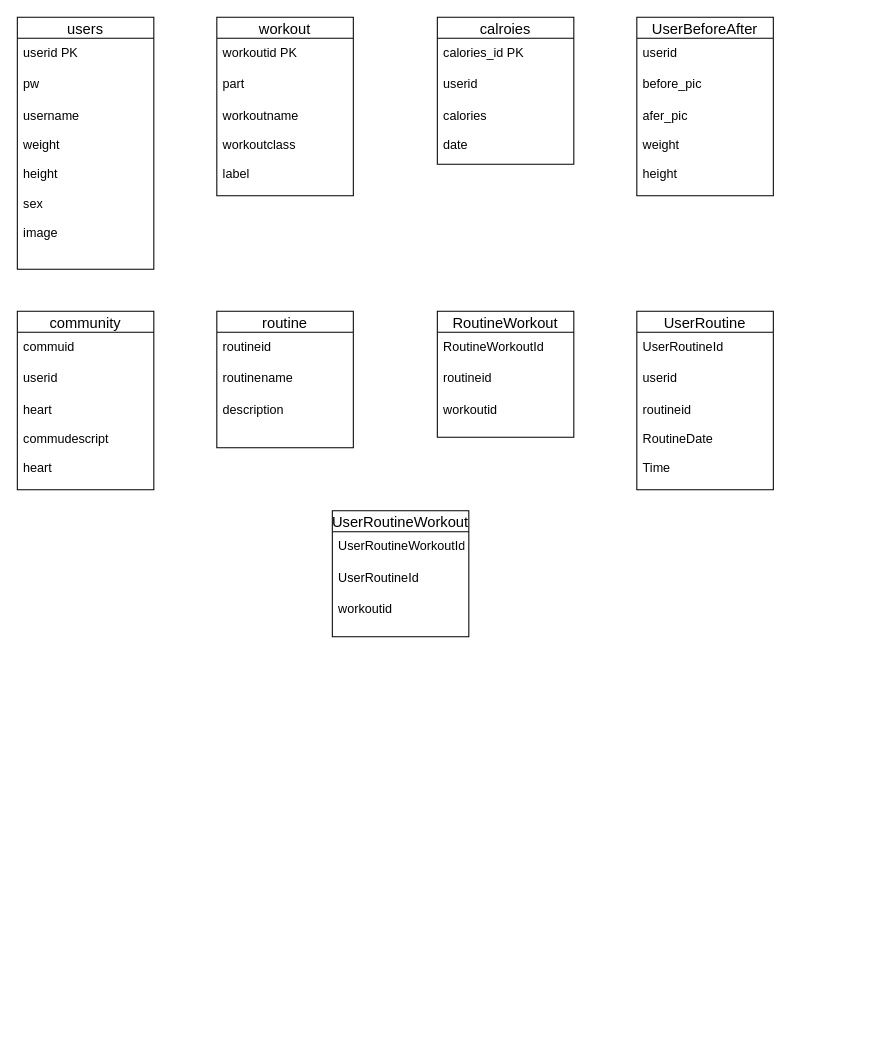
feelwjd/MyPT-Server keeps this draw.io diagram as Untitled Diagram.drawio. Above is the earlier version. Source tidied: cells renumbered, new cells numbered last; positions are measured from the earlier drawing's top-left corner, leaving out a move shared by most shapes. Both pictures are drawn from the tidied source at 105%, with x=0, y=0 at pixel (17, 17).
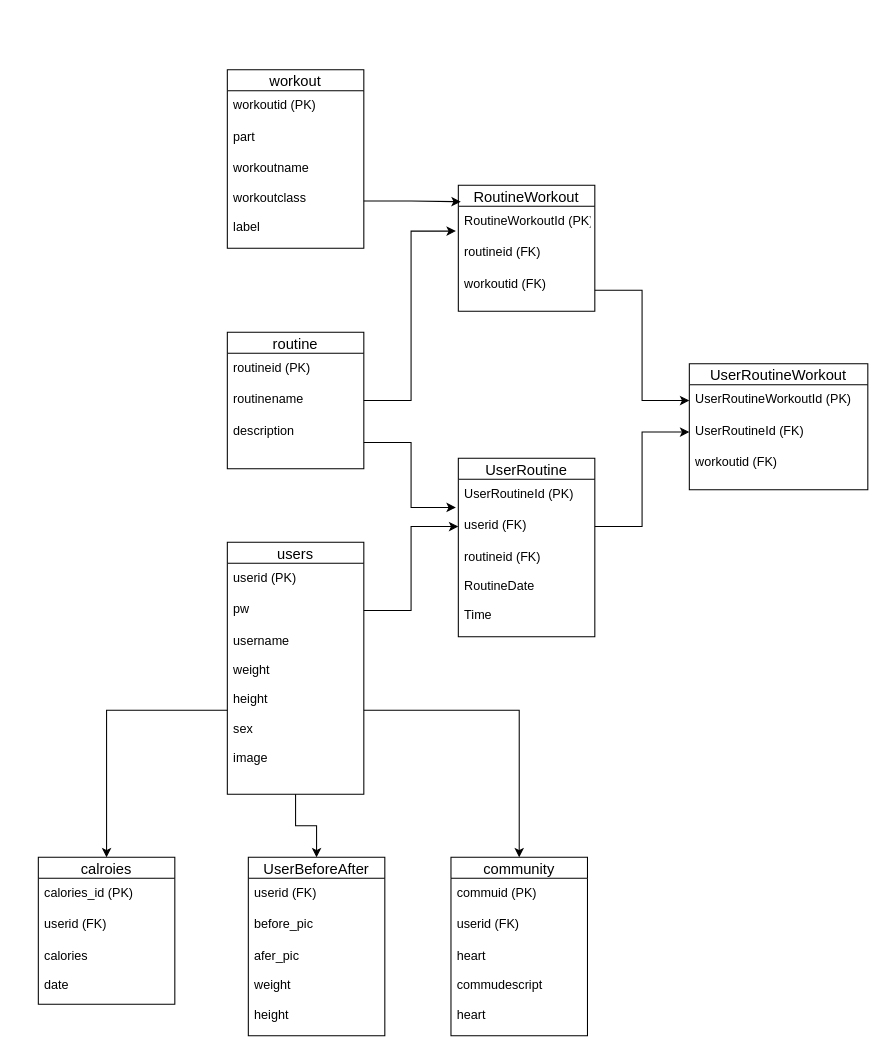
The same diagram, later.

Unchanged cells that the change refers to:
```xml
<mxCell id="4" value="pw" style="text;strokeColor=none;fillColor=none;spacingLeft=4;spacingRight=4;overflow=hidden;points=[[0,0.5],[1,0.5]];portConstraint=eastwest;fontSize=12;" parent="2" vertex="1">
  <mxGeometry y="50" width="130" height="30" as="geometry" />
</mxCell>
<mxCell id="5" value="username&#10;&#10;weight&#10;&#10;height&#10;&#10;sex&#10;&#10;image" style="text;strokeColor=none;fillColor=none;spacingLeft=4;spacingRight=4;overflow=hidden;points=[[0,0.5],[1,0.5]];portConstraint=eastwest;fontSize=12;" parent="2" vertex="1">
  <mxGeometry y="80" width="130" height="160" as="geometry" />
</mxCell>
<mxCell id="9" value="workoutname&#10;&#10;workoutclass&#10;&#10;label" style="text;strokeColor=none;fillColor=none;spacingLeft=4;spacingRight=4;overflow=hidden;points=[[0,0.5],[1,0.5]];portConstraint=eastwest;fontSize=12;" parent="6" vertex="1">
  <mxGeometry y="80" width="130" height="90" as="geometry" />
</mxCell>
<mxCell id="20" value="routinename" style="text;strokeColor=none;fillColor=none;spacingLeft=4;spacingRight=4;overflow=hidden;points=[[0,0.5],[1,0.5]];portConstraint=eastwest;fontSize=12;" parent="18" vertex="1">
  <mxGeometry y="50" width="130" height="30" as="geometry" />
</mxCell>
<mxCell id="21" value="description" style="text;strokeColor=none;fillColor=none;spacingLeft=4;spacingRight=4;overflow=hidden;points=[[0,0.5],[1,0.5]];portConstraint=eastwest;fontSize=12;" parent="18" vertex="1">
  <mxGeometry y="80" width="130" height="50" as="geometry" />
</mxCell>
```

Diff of the diagram source:
```diff
@@
+    <mxCell id="38" style="edgeStyle=orthogonalEdgeStyle;rounded=0;jettySize=auto;html=1;" parent="1" edge="1" source="2" target="26">
+      <mxGeometry relative="1" as="geometry" />
+    </mxCell>
     <mxCell id="2" value="users" style="swimlane;fontStyle=0;horizontal=1;startSize=20;align=center;fontSize=14;" parent="1" vertex="1">
-      <mxGeometry width="130" height="240" as="geometry" />
+      <mxGeometry x="200" y="500" width="130" height="240" as="geometry" />
     </mxCell>
-    <mxCell id="3" value="userid PK&#10;&#10; " style="text;strokeColor=none;fillColor=none;spacingLeft=4;spacingRight=4;overflow=hidden;fontSize=12;" parent="2" vertex="1">
+    <mxCell id="3" value="userid (PK)&#10;&#10; " style="text;strokeColor=none;fillColor=none;spacingLeft=4;spacingRight=4;overflow=hidden;fontSize=12;" parent="2" vertex="1">
       <mxGeometry y="20" width="130" height="30" as="geometry" />
     </mxCell>
@@
     <mxCell id="6" value="workout" style="swimlane;fontStyle=0;horizontal=1;startSize=20;align=center;fontSize=14;" parent="1" vertex="1">
-      <mxGeometry x="190" width="130" height="170" as="geometry" />
+      <mxGeometry x="200" y="50" width="130" height="170" as="geometry" />
     </mxCell>
-    <mxCell id="7" value="workoutid PK&#10;" style="text;strokeColor=none;fillColor=none;spacingLeft=4;spacingRight=4;overflow=hidden;fontSize=12;" parent="6" vertex="1">
+    <mxCell id="7" value="workoutid (PK)&#10;" style="text;strokeColor=none;fillColor=none;spacingLeft=4;spacingRight=4;overflow=hidden;fontSize=12;" parent="6" vertex="1">
       <mxGeometry y="20" width="130" height="30" as="geometry" />
     </mxCell>
@@
     <mxCell id="10" value="calroies" style="swimlane;fontStyle=0;horizontal=1;startSize=20;align=center;fontSize=14;" parent="1" vertex="1">
-      <mxGeometry x="400" width="130" height="140" as="geometry" />
+      <mxGeometry x="20" y="800" width="130" height="140" as="geometry" />
     </mxCell>
-    <mxCell id="11" value="calories_id PK" style="text;strokeColor=none;fillColor=none;spacingLeft=4;spacingRight=4;overflow=hidden;fontSize=12;" parent="10" vertex="1">
+    <mxCell id="11" value="calories_id (PK)" style="text;strokeColor=none;fillColor=none;spacingLeft=4;spacingRight=4;overflow=hidden;fontSize=12;" parent="10" vertex="1">
       <mxGeometry y="20" width="130" height="30" as="geometry" />
     </mxCell>
-    <mxCell id="12" value="userid" style="text;strokeColor=none;fillColor=none;spacingLeft=4;spacingRight=4;overflow=hidden;fontSize=12;" parent="10" vertex="1">
+    <mxCell id="12" value="userid (FK)" style="text;strokeColor=none;fillColor=none;spacingLeft=4;spacingRight=4;overflow=hidden;fontSize=12;" parent="10" vertex="1">
       <mxGeometry y="50" width="130" height="30" as="geometry" />
     </mxCell>
@@
     <mxCell id="14" value="community" style="swimlane;fontStyle=0;horizontal=1;startSize=20;align=center;fontSize=14;" parent="1" vertex="1">
-      <mxGeometry y="280" width="130" height="170" as="geometry" />
+      <mxGeometry x="413" y="800" width="130" height="170" as="geometry" />
     </mxCell>
-    <mxCell id="15" value="commuid" style="text;strokeColor=none;fillColor=none;spacingLeft=4;spacingRight=4;overflow=hidden;fontSize=12;" parent="14" vertex="1">
+    <mxCell id="15" value="commuid (PK)" style="text;strokeColor=none;fillColor=none;spacingLeft=4;spacingRight=4;overflow=hidden;fontSize=12;" parent="14" vertex="1">
       <mxGeometry y="20" width="130" height="30" as="geometry" />
     </mxCell>
-    <mxCell id="16" value="userid&#10;&#10;&#10;" style="text;strokeColor=none;fillColor=none;spacingLeft=4;spacingRight=4;overflow=hidden;fontSize=12;" parent="14" vertex="1">
+    <mxCell id="16" value="userid (FK)&#10;&#10;&#10;" style="text;strokeColor=none;fillColor=none;spacingLeft=4;spacingRight=4;overflow=hidden;fontSize=12;" parent="14" vertex="1">
       <mxGeometry y="50" width="130" height="30" as="geometry" />
     </mxCell>
@@
     <mxCell id="18" value="routine" style="swimlane;fontStyle=0;horizontal=1;startSize=20;align=center;fontSize=14;" parent="1" vertex="1">
-      <mxGeometry x="190" y="280" width="130" height="130" as="geometry" />
+      <mxGeometry x="200" y="300" width="130" height="130" as="geometry" />
     </mxCell>
-    <mxCell id="19" value="routineid" style="text;strokeColor=none;fillColor=none;spacingLeft=4;spacingRight=4;overflow=hidden;fontSize=12;" parent="18" vertex="1">
+    <mxCell id="19" value="routineid (PK)" style="text;strokeColor=none;fillColor=none;spacingLeft=4;spacingRight=4;overflow=hidden;fontSize=12;" parent="18" vertex="1">
       <mxGeometry y="20" width="130" height="30" as="geometry" />
     </mxCell>
@@
     <mxCell id="22" value="RoutineWorkout" style="swimlane;fontStyle=0;horizontal=1;startSize=20;align=center;fontSize=14;" parent="1" vertex="1">
-      <mxGeometry x="400" y="280" width="130" height="120" as="geometry" />
+      <mxGeometry x="420" y="160" width="130" height="120" as="geometry" />
     </mxCell>
-    <mxCell id="23" value="RoutineWorkoutId" style="text;strokeColor=none;fillColor=none;spacingLeft=4;spacingRight=4;overflow=hidden;points=[[0,0.5],[1,0.5]];portConstraint=eastwest;fontSize=12;" parent="22" vertex="1">
+    <mxCell id="23" value="RoutineWorkoutId (PK)" style="text;strokeColor=none;fillColor=none;spacingLeft=4;spacingRight=4;overflow=hidden;points=[[0,0.5],[1,0.5]];portConstraint=eastwest;fontSize=12;" parent="22" vertex="1">
       <mxGeometry y="20" width="130" height="30" as="geometry" />
     </mxCell>
-    <mxCell id="24" value="routineid" style="text;strokeColor=none;fillColor=none;spacingLeft=4;spacingRight=4;overflow=hidden;fontSize=12;" parent="22" vertex="1">
+    <mxCell id="24" value="routineid (FK)" style="text;strokeColor=none;fillColor=none;spacingLeft=4;spacingRight=4;overflow=hidden;fontSize=12;" parent="22" vertex="1">
       <mxGeometry y="50" width="130" height="30" as="geometry" />
     </mxCell>
-    <mxCell id="25" value="workoutid" style="text;strokeColor=none;fillColor=none;spacingLeft=4;spacingRight=4;overflow=hidden;points=[[0,0.5],[1,0.5]];portConstraint=eastwest;fontSize=12;" parent="22" vertex="1">
+    <mxCell id="25" value="workoutid (FK)" style="text;strokeColor=none;fillColor=none;spacingLeft=4;spacingRight=4;overflow=hidden;points=[[0,0.5],[1,0.5]];portConstraint=eastwest;fontSize=12;" parent="22" vertex="1">
       <mxGeometry y="80" width="130" height="40" as="geometry" />
     </mxCell>
     <mxCell id="26" value="UserBeforeAfter" style="swimlane;fontStyle=0;horizontal=1;startSize=20;align=center;fontSize=14;" parent="1" vertex="1">
-      <mxGeometry x="590" width="130" height="170" as="geometry" />
+      <mxGeometry x="220" y="800" width="130" height="170" as="geometry" />
     </mxCell>
-    <mxCell id="27" value="userid" style="text;strokeColor=none;fillColor=none;spacingLeft=4;spacingRight=4;overflow=hidden;fontSize=12;" parent="26" vertex="1">
+    <mxCell id="27" value="userid (FK)" style="text;strokeColor=none;fillColor=none;spacingLeft=4;spacingRight=4;overflow=hidden;fontSize=12;" parent="26" vertex="1">
       <mxGeometry y="20" width="130" height="30" as="geometry" />
     </mxCell>
@@
     <mxCell id="30" value="UserRoutine" style="swimlane;fontStyle=0;horizontal=1;startSize=20;align=center;fontSize=14;" parent="1" vertex="1">
-      <mxGeometry x="590" y="280" width="130" height="170" as="geometry" />
+      <mxGeometry x="420" y="420" width="130" height="170" as="geometry" />
     </mxCell>
-    <mxCell id="31" value="UserRoutineId" style="text;strokeColor=none;fillColor=none;spacingLeft=4;spacingRight=4;overflow=hidden;fontSize=12;" parent="30" vertex="1">
+    <mxCell id="31" value="UserRoutineId (PK)" style="text;strokeColor=none;fillColor=none;spacingLeft=4;spacingRight=4;overflow=hidden;fontSize=12;" parent="30" vertex="1">
       <mxGeometry y="20" width="130" height="30" as="geometry" />
     </mxCell>
-    <mxCell id="32" value="userid" style="text;strokeColor=none;fillColor=none;spacingLeft=4;spacingRight=4;overflow=hidden;points=[[0,0.5],[1,0.5]];portConstraint=eastwest;fontSize=12;" parent="30" vertex="1">
+    <mxCell id="32" value="userid (FK)" style="text;strokeColor=none;fillColor=none;spacingLeft=4;spacingRight=4;overflow=hidden;points=[[0,0.5],[1,0.5]];portConstraint=eastwest;fontSize=12;" parent="30" vertex="1">
       <mxGeometry y="50" width="130" height="30" as="geometry" />
     </mxCell>
-    <mxCell id="33" value="routineid&#10;&#10;RoutineDate&#10;&#10;Time" style="text;strokeColor=none;fillColor=none;spacingLeft=4;spacingRight=4;overflow=hidden;fontSize=12;" parent="30" vertex="1">
+    <mxCell id="33" value="routineid (FK)&#10;&#10;RoutineDate&#10;&#10;Time" style="text;strokeColor=none;fillColor=none;spacingLeft=4;spacingRight=4;overflow=hidden;fontSize=12;" parent="30" vertex="1">
       <mxGeometry y="80" width="130" height="90" as="geometry" />
     </mxCell>
     <mxCell id="34" value="UserRoutineWorkout" style="swimlane;fontStyle=0;horizontal=1;startSize=20;align=center;fontSize=14;" parent="1" vertex="1">
-      <mxGeometry x="300" y="470" width="130" height="120" as="geometry" />
+      <mxGeometry x="640" y="330" width="170" height="120" as="geometry" />
     </mxCell>
-    <mxCell id="35" value="UserRoutineWorkoutId" style="text;strokeColor=none;fillColor=none;spacingLeft=4;spacingRight=4;overflow=hidden;points=[[0,0.5],[1,0.5]];portConstraint=eastwest;fontSize=12;" parent="34" vertex="1">
-      <mxGeometry y="20" width="130" height="30" as="geometry" />
+    <mxCell id="35" value="UserRoutineWorkoutId (PK)" style="text;strokeColor=none;fillColor=none;spacingLeft=4;spacingRight=4;overflow=hidden;points=[[0,0.5],[1,0.5]];portConstraint=eastwest;fontSize=12;" parent="34" vertex="1">
+      <mxGeometry y="20" width="170" height="30" as="geometry" />
     </mxCell>
-    <mxCell id="36" value="UserRoutineId" style="text;strokeColor=none;fillColor=none;spacingLeft=4;spacingRight=4;overflow=hidden;points=[[0,0.5],[1,0.5]];portConstraint=eastwest;fontSize=12;" parent="34" vertex="1">
-      <mxGeometry y="50" width="130" height="30" as="geometry" />
+    <mxCell id="36" value="UserRoutineId (FK)" style="text;strokeColor=none;fillColor=none;spacingLeft=4;spacingRight=4;overflow=hidden;points=[[0,0.5],[1,0.5]];portConstraint=eastwest;fontSize=12;" parent="34" vertex="1">
+      <mxGeometry y="50" width="170" height="30" as="geometry" />
     </mxCell>
-    <mxCell id="37" value="workoutid" style="text;strokeColor=none;fillColor=none;spacingLeft=4;spacingRight=4;overflow=hidden;fontSize=12;" parent="34" vertex="1">
-      <mxGeometry y="80" width="130" height="40" as="geometry" />
+    <mxCell id="37" value="workoutid (FK)" style="text;strokeColor=none;fillColor=none;spacingLeft=4;spacingRight=4;overflow=hidden;fontSize=12;" parent="34" vertex="1">
+      <mxGeometry y="80" width="170" height="40" as="geometry" />
     </mxCell>
+    <mxCell id="39" style="edgeStyle=orthogonalEdgeStyle;rounded=0;jettySize=auto;html=1;exitX=1;exitY=0.5;exitDx=0;exitDy=0;entryX=0.018;entryY=0.13;entryDx=0;entryDy=0;entryPerimeter=0;" parent="1" edge="1" source="9" target="22">
+      <mxGeometry relative="1" as="geometry" />
+    </mxCell>
+    <mxCell id="40" style="edgeStyle=orthogonalEdgeStyle;rounded=0;jettySize=auto;html=1;exitX=1;exitY=0.5;exitDx=0;exitDy=0;entryX=-0.018;entryY=0.787;entryDx=0;entryDy=0;entryPerimeter=0;" parent="1" edge="1" source="20" target="23">
+      <mxGeometry relative="1" as="geometry" />
+    </mxCell>
+    <mxCell id="41" style="edgeStyle=orthogonalEdgeStyle;rounded=0;jettySize=auto;html=1;exitX=1;exitY=0.5;exitDx=0;exitDy=0;entryX=-0.018;entryY=-0.107;entryDx=0;entryDy=0;entryPerimeter=0;" parent="1" edge="1" source="21" target="32">
+      <mxGeometry relative="1" as="geometry" />
+    </mxCell>
+    <mxCell id="42" style="edgeStyle=orthogonalEdgeStyle;rounded=0;jettySize=auto;html=1;exitX=1;exitY=0.5;exitDx=0;exitDy=0;entryX=0;entryY=0.5;entryDx=0;entryDy=0;" parent="1" edge="1" source="4" target="32">
+      <mxGeometry relative="1" as="geometry" />
+    </mxCell>
+    <mxCell id="43" style="edgeStyle=orthogonalEdgeStyle;rounded=0;jettySize=auto;html=1;exitX=1;exitY=0.5;exitDx=0;exitDy=0;" parent="1" edge="1" source="25" target="35">
+      <mxGeometry relative="1" as="geometry" />
+    </mxCell>
+    <mxCell id="44" style="edgeStyle=orthogonalEdgeStyle;rounded=0;jettySize=auto;html=1;exitX=1;exitY=0.5;exitDx=0;exitDy=0;entryX=0;entryY=0.5;entryDx=0;entryDy=0;" parent="1" edge="1" source="32" target="36">
+      <mxGeometry relative="1" as="geometry" />
+    </mxCell>
+    <mxCell id="45" style="edgeStyle=orthogonalEdgeStyle;rounded=0;jettySize=auto;html=1;exitX=1;exitY=0.5;exitDx=0;exitDy=0;" parent="1" edge="1" source="5" target="14">
+      <mxGeometry relative="1" as="geometry" />
+    </mxCell>
+    <mxCell id="46" style="edgeStyle=orthogonalEdgeStyle;rounded=0;jettySize=auto;html=1;exitX=0;exitY=0.5;exitDx=0;exitDy=0;entryX=0.5;entryY=0;entryDx=0;entryDy=0;" parent="1" edge="1" source="5" target="10">
+      <mxGeometry relative="1" as="geometry" />
+    </mxCell>
```
